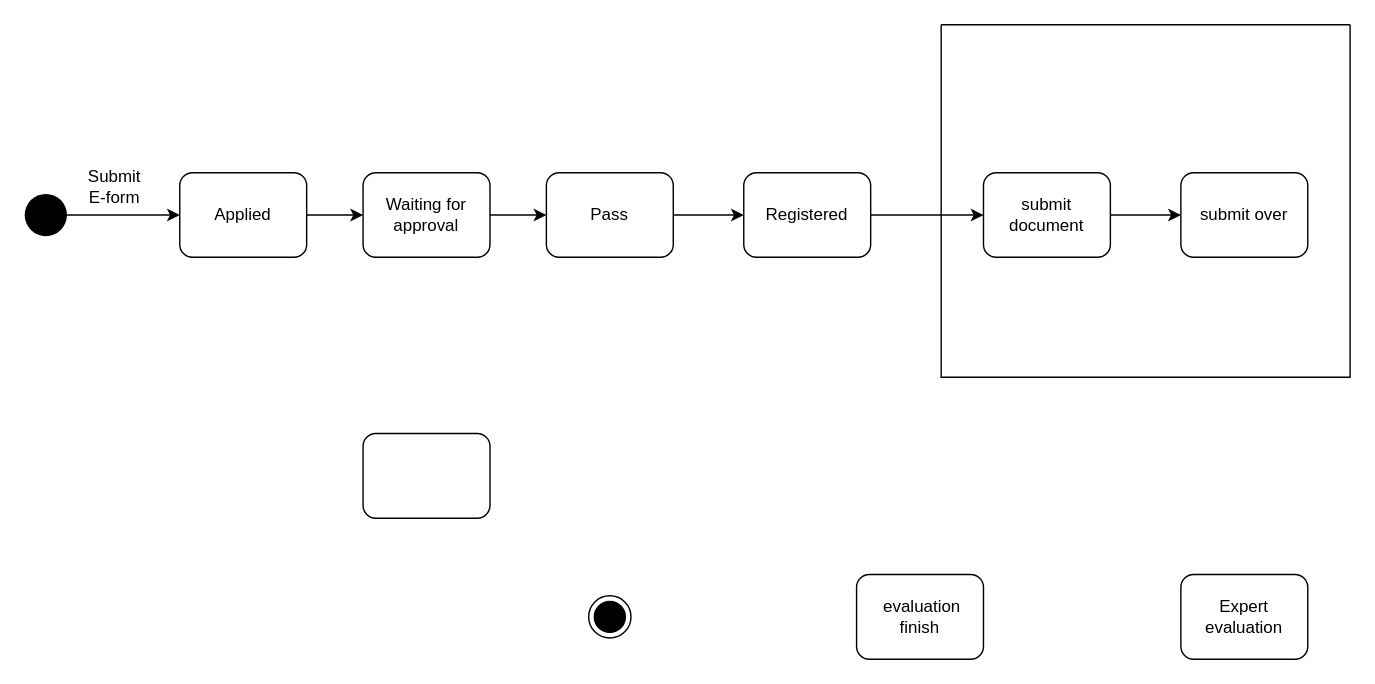
Above: StateM.drawio in forthegame/ANU2024 (draw.io), before the change. Source tidied: cells renumbered, new cells numbered last; positions are measured from the earlier drawing's top-left corner, leaving out a move shared by most shapes. Both pictures are drawn from the tidied source at 141%, with x=0, y=0 at pixel (24, 24).
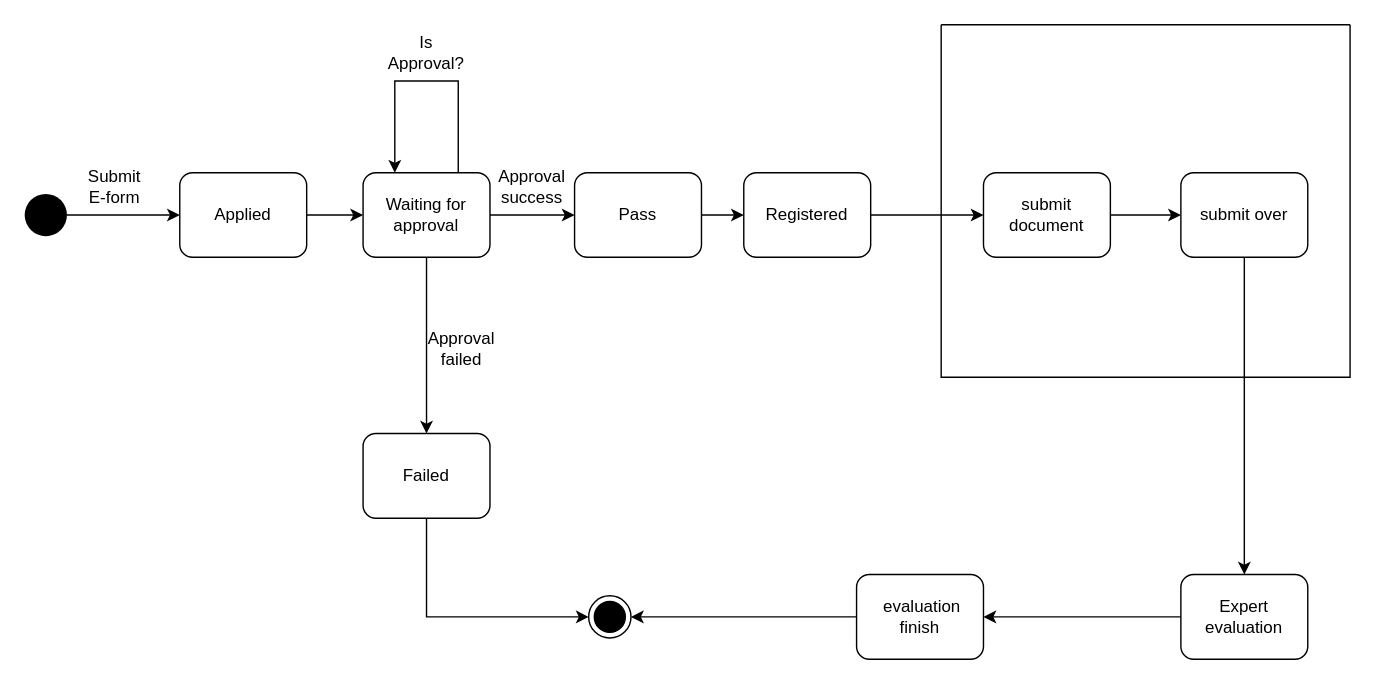
The same page after the edit.

The change refers to these unchanged cells:
```xml
<mxCell id="7" value="Waiting for approval" style="rounded=1;whiteSpace=wrap;html=1;" parent="1" vertex="1">
  <mxGeometry x="240" y="105" width="90" height="60" as="geometry" />
</mxCell>
<mxCell id="14" value="submit over" style="rounded=1;whiteSpace=wrap;html=1;" parent="1" vertex="1">
  <mxGeometry x="820" y="105" width="90" height="60" as="geometry" />
</mxCell>
<mxCell id="16" value="Expert evaluation" style="rounded=1;whiteSpace=wrap;html=1;" parent="1" vertex="1">
  <mxGeometry x="820" y="390" width="90" height="60" as="geometry" />
</mxCell>
<mxCell id="17" value="&amp;nbsp;evaluation finish" style="rounded=1;whiteSpace=wrap;html=1;" parent="1" vertex="1">
  <mxGeometry x="590" y="390" width="90" height="60" as="geometry" />
</mxCell>
<mxCell id="19" style="ellipse;html=1;shape=endState;fillColor=#000000;strokeColor=#000000;" parent="1" vertex="1">
  <mxGeometry x="400" y="405" width="30" height="30" as="geometry" />
</mxCell>
```

The edit, as a diff of the source:
```diff
@@
+    <mxCell id="21" style="edgeStyle=orthogonalEdgeStyle;rounded=0;jettySize=auto;html=1;exitX=0.5;exitY=1;exitDx=0;exitDy=0;entryX=0.5;entryY=0;entryDx=0;entryDy=0;" parent="1" edge="1" source="7" target="18">
+      <mxGeometry relative="1" as="geometry" />
+    </mxCell>
@@
     <mxCell id="9" value="Pass" style="rounded=1;whiteSpace=wrap;html=1;" parent="1" vertex="1">
-      <mxGeometry x="370" y="105" width="90" height="60" as="geometry" />
+      <mxGeometry x="390" y="105" width="90" height="60" as="geometry" />
     </mxCell>
@@
+    <mxCell id="22" style="edgeStyle=orthogonalEdgeStyle;rounded=0;jettySize=auto;html=1;exitX=0.5;exitY=1;exitDx=0;exitDy=0;" parent="1" edge="1" source="14" target="16">
+      <mxGeometry relative="1" as="geometry" />
+    </mxCell>
@@
+    <mxCell id="23" style="edgeStyle=orthogonalEdgeStyle;rounded=0;jettySize=auto;html=1;exitX=0;exitY=0.5;exitDx=0;exitDy=0;entryX=1;entryY=0.5;entryDx=0;entryDy=0;" parent="1" edge="1" source="16" target="17">
+      <mxGeometry relative="1" as="geometry" />
+    </mxCell>
@@
+    <mxCell id="24" style="edgeStyle=orthogonalEdgeStyle;rounded=0;jettySize=auto;html=1;exitX=0;exitY=0.5;exitDx=0;exitDy=0;entryX=1;entryY=0.5;entryDx=0;entryDy=0;" parent="1" edge="1" source="17" target="19">
+      <mxGeometry relative="1" as="geometry" />
+    </mxCell>
@@
+    <mxCell id="25" style="edgeStyle=orthogonalEdgeStyle;rounded=0;jettySize=auto;html=1;exitX=0.5;exitY=1;exitDx=0;exitDy=0;entryX=0;entryY=0.5;entryDx=0;entryDy=0;" parent="1" edge="1" source="18" target="19">
+      <mxGeometry relative="1" as="geometry" />
+    </mxCell>
-    <mxCell id="18" style="rounded=1;whiteSpace=wrap;html=1;" parent="1" vertex="1">
+    <mxCell id="18" value="Failed" style="rounded=1;whiteSpace=wrap;html=1;" parent="1" vertex="1">
       <mxGeometry x="240" y="290" width="90" height="60" as="geometry" />
     </mxCell>
@@
+    <mxCell id="26" value="Approval failed" style="text;html=1;strokeColor=none;fillColor=none;align=center;verticalAlign=middle;whiteSpace=wrap;rounded=0;" parent="1" vertex="1">
+      <mxGeometry x="290" y="220" width="40" height="20" as="geometry" />
+    </mxCell>
+    <mxCell id="27" value="Approval success" style="text;html=1;strokeColor=none;fillColor=none;align=center;verticalAlign=middle;whiteSpace=wrap;rounded=0;" parent="1" vertex="1">
+      <mxGeometry x="340" y="105" width="40" height="20" as="geometry" />
+    </mxCell>
+    <mxCell id="28" style="edgeStyle=orthogonalEdgeStyle;rounded=0;orthogonalLoop=1;jettySize=auto;html=1;exitX=0.75;exitY=0;exitDx=0;exitDy=0;entryX=0.25;entryY=0;entryDx=0;entryDy=0;" parent="1" edge="1" source="7" target="7">
+      <mxGeometry relative="1" as="geometry">
+        <Array as="points">
+          <mxPoint x="308" y="40" />
+          <mxPoint x="263" y="40" />
+        </Array>
+      </mxGeometry>
+    </mxCell>
+    <mxCell id="29" value="Is Approval?" style="text;html=1;strokeColor=none;fillColor=none;align=center;verticalAlign=middle;whiteSpace=wrap;rounded=0;" parent="1" vertex="1">
+      <mxGeometry x="265" y="10" width="40" height="20" as="geometry" />
+    </mxCell>
```
